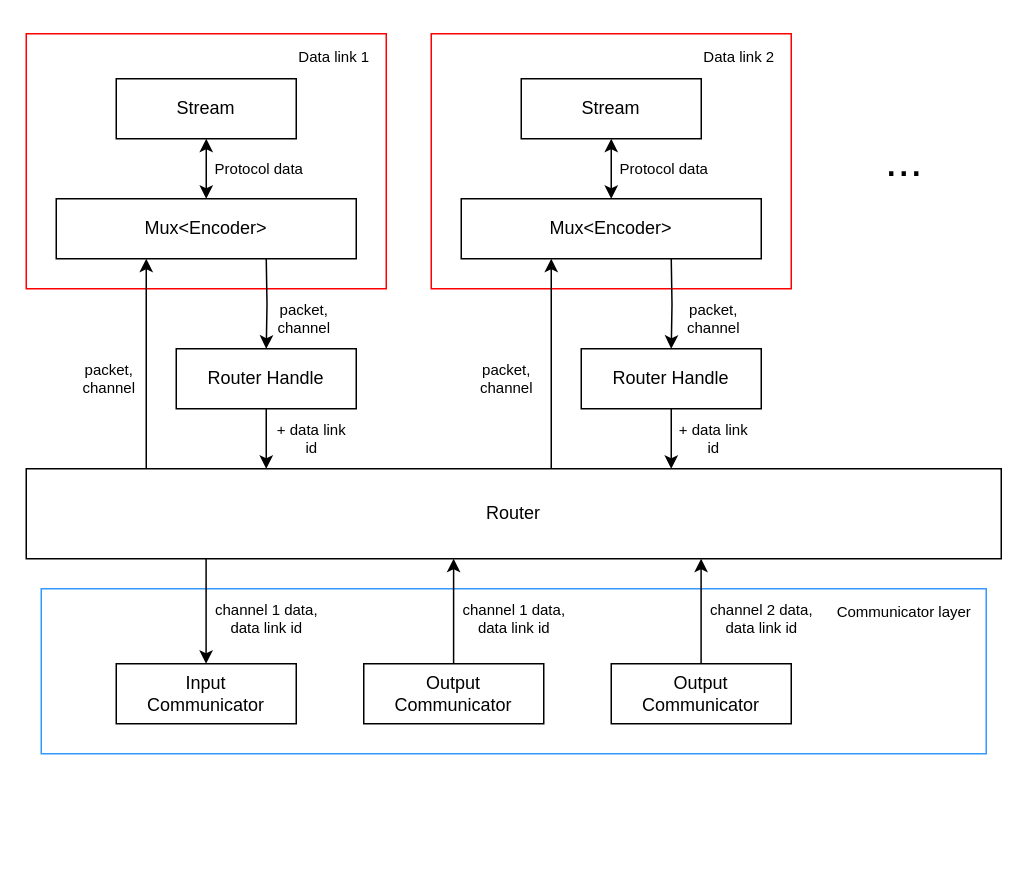
Before: img/link-pipeline.drawio in cubicap/bcthesis, a draw.io diagram. Source tidied: cells renumbered, new cells numbered last; positions are measured from the earlier drawing's top-left corner, leaving out a move shared by most shapes. Both pictures are drawn from the tidied source at 150%, with x=0, y=0 at pixel (26, 33).
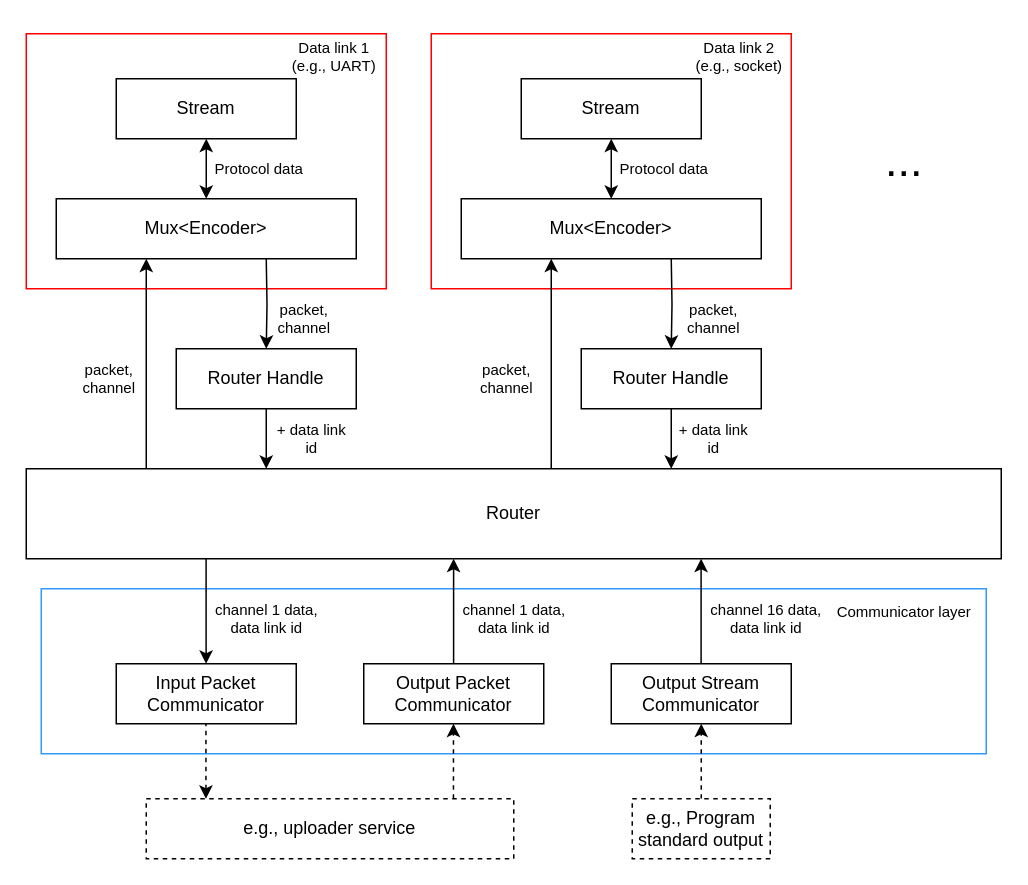
The same diagram, later.

Diff of the diagram source:
```diff
@@
-    <mxCell id="15" value="Data link 1" style="text;html=1;align=center;verticalAlign=middle;strokeColor=none;fillColor=none;fontSize=10;" parent="1" vertex="1">
-      <mxGeometry x="170" width="70" height="30" as="geometry" />
+    <mxCell id="15" value="Data link 1&lt;br&gt;(e.g., UART)" style="text;html=1;align=center;verticalAlign=middle;strokeColor=none;fillColor=none;fontSize=10;" parent="1" vertex="1">
+      <mxGeometry x="165" y="-5" width="80" height="40" as="geometry" />
     </mxCell>
@@
-    <mxCell id="28" value="Data link 2" style="text;html=1;align=center;verticalAlign=middle;strokeColor=none;fillColor=none;fontSize=10;" parent="1" vertex="1">
-      <mxGeometry x="440" width="70" height="30" as="geometry" />
+    <mxCell id="28" value="Data link 2&lt;br&gt;(e.g., socket)" style="text;html=1;align=center;verticalAlign=middle;strokeColor=none;fillColor=none;fontSize=10;" parent="1" vertex="1">
+      <mxGeometry x="435" y="-5" width="80" height="40" as="geometry" />
     </mxCell>
@@
-    <mxCell id="30" value="Input&lt;br&gt;Communicator" style="rounded=0;whiteSpace=wrap;html=1;" parent="1" vertex="1">
+    <mxCell id="30" value="Input Packet&lt;br&gt;Communicator" style="rounded=0;whiteSpace=wrap;html=1;" parent="1" vertex="1">
       <mxGeometry x="60" y="420" width="120" height="40" as="geometry" />
     </mxCell>
@@
-    <mxCell id="33" value="Output&lt;br&gt;Communicator" style="rounded=0;whiteSpace=wrap;html=1;" parent="1" vertex="1">
+    <mxCell id="33" value="Output Packet&lt;br&gt;Communicator" style="rounded=0;whiteSpace=wrap;html=1;" parent="1" vertex="1">
       <mxGeometry x="225" y="420" width="120" height="40" as="geometry" />
     </mxCell>
@@
-    <mxCell id="38" value="Output&lt;br&gt;Communicator" style="rounded=0;whiteSpace=wrap;html=1;" parent="1" vertex="1">
+    <mxCell id="38" value="Output Stream&lt;br&gt;Communicator" style="rounded=0;whiteSpace=wrap;html=1;" parent="1" vertex="1">
       <mxGeometry x="390" y="420" width="120" height="40" as="geometry" />
     </mxCell>
@@
-    <mxCell id="40" value="channel 2 data,&lt;br&gt;&lt;div style=&quot;&quot;&gt;&lt;span style=&quot;background-color: initial;&quot;&gt;data link id&lt;/span&gt;&lt;/div&gt;" style="text;html=1;align=center;verticalAlign=middle;strokeColor=none;fillColor=none;fontSize=10;" parent="1" vertex="1">
-      <mxGeometry x="445" y="370" width="90" height="40" as="geometry" />
+    <mxCell id="40" value="channel 16 data,&lt;br&gt;&lt;div style=&quot;&quot;&gt;&lt;span style=&quot;background-color: initial;&quot;&gt;data link id&lt;/span&gt;&lt;/div&gt;" style="text;html=1;align=center;verticalAlign=middle;strokeColor=none;fillColor=none;fontSize=10;" parent="1" vertex="1">
+      <mxGeometry x="443" y="370" width="100" height="40" as="geometry" />
     </mxCell>
+    <mxCell id="41" value="e.g., uploader service" style="rounded=0;whiteSpace=wrap;html=1;dashed=1;strokeColor=default;" parent="1" vertex="1">
+      <mxGeometry x="80" y="510" width="245" height="40" as="geometry" />
+    </mxCell>
+    <mxCell id="42" style="endArrow=none;startArrow=classic;html=1;rounded=0;endFill=0;dashed=1;strokeColor=default;" parent="1" edge="1">
+      <mxGeometry relative="1" as="geometry">
+        <mxPoint x="119.8" y="510" as="sourcePoint" />
+        <mxPoint x="119.8" y="460" as="targetPoint" />
+      </mxGeometry>
+    </mxCell>
+    <mxCell id="43" style="endArrow=classic;startArrow=none;html=1;rounded=0;startFill=0;dashed=1;strokeColor=default;" parent="1" edge="1">
+      <mxGeometry relative="1" as="geometry">
+        <mxPoint x="284.8" y="510" as="sourcePoint" />
+        <mxPoint x="284.8" y="460" as="targetPoint" />
+      </mxGeometry>
+    </mxCell>
+    <mxCell id="44" style="edgeStyle=orthogonalEdgeStyle;rounded=0;jettySize=auto;html=1;exitX=0.5;exitY=0;exitDx=0;exitDy=0;entryX=0.5;entryY=1;entryDx=0;entryDy=0;dashed=1;strokeColor=default;" parent="1" edge="1" source="45" target="38">
+      <mxGeometry relative="1" as="geometry" />
+    </mxCell>
+    <mxCell id="45" value="e.g., Program standard output" style="rounded=0;whiteSpace=wrap;html=1;dashed=1;strokeColor=default;" parent="1" vertex="1">
+      <mxGeometry x="404" y="510" width="92" height="40" as="geometry" />
+    </mxCell>
```
